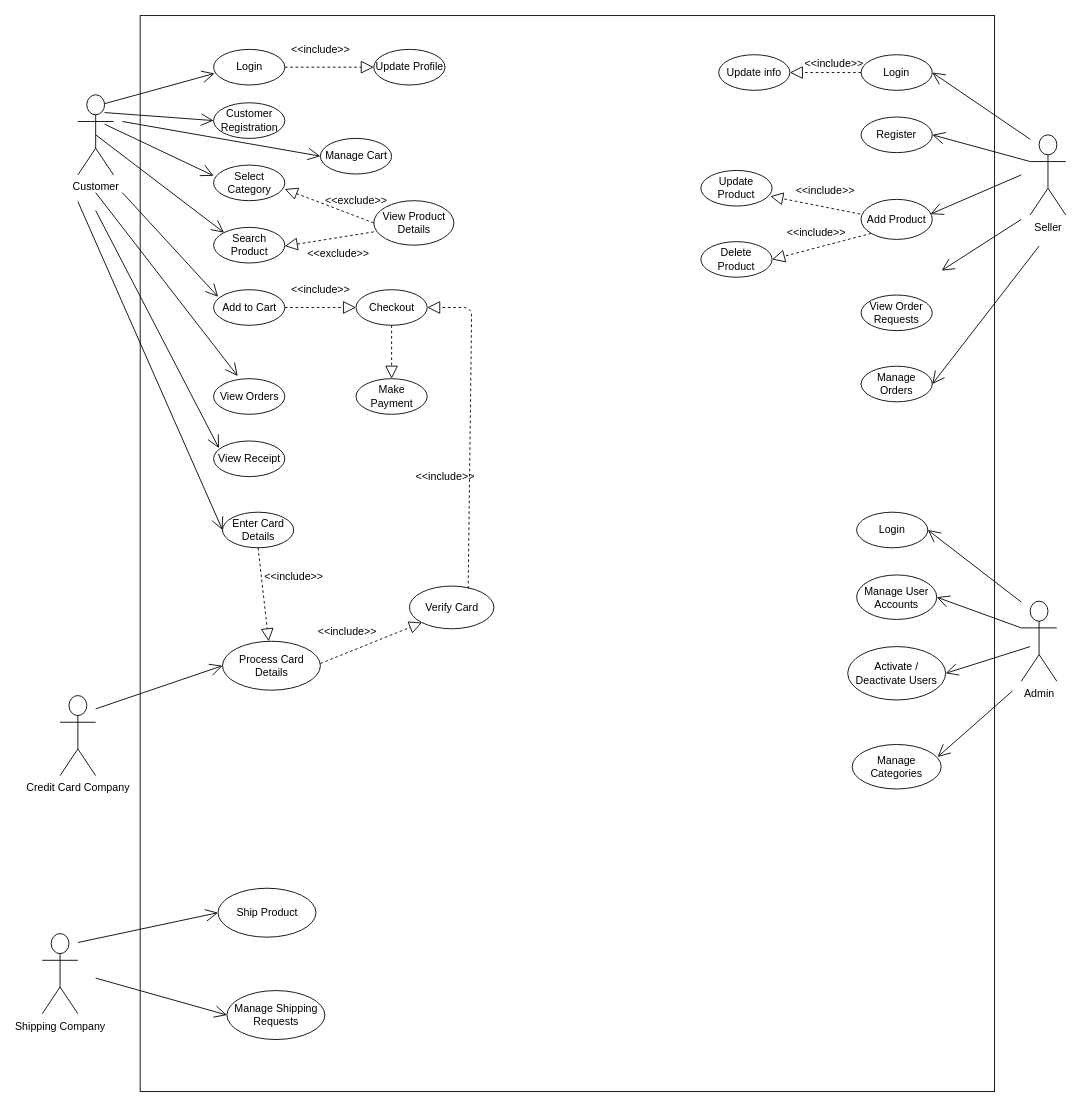
Before: Documentation/Diagrams/Usecase Diagram/Usecase.drawio in sahanjayawardena9619/PAF_Project, a draw.io diagram. Source tidied: cells renumbered, new cells numbered last; positions are measured from the earlier drawing's top-left corner, leaving out a move shared by most shapes. Both pictures are drawn from the tidied source at 89%, with x=0, y=0 at pixel (42, 15).
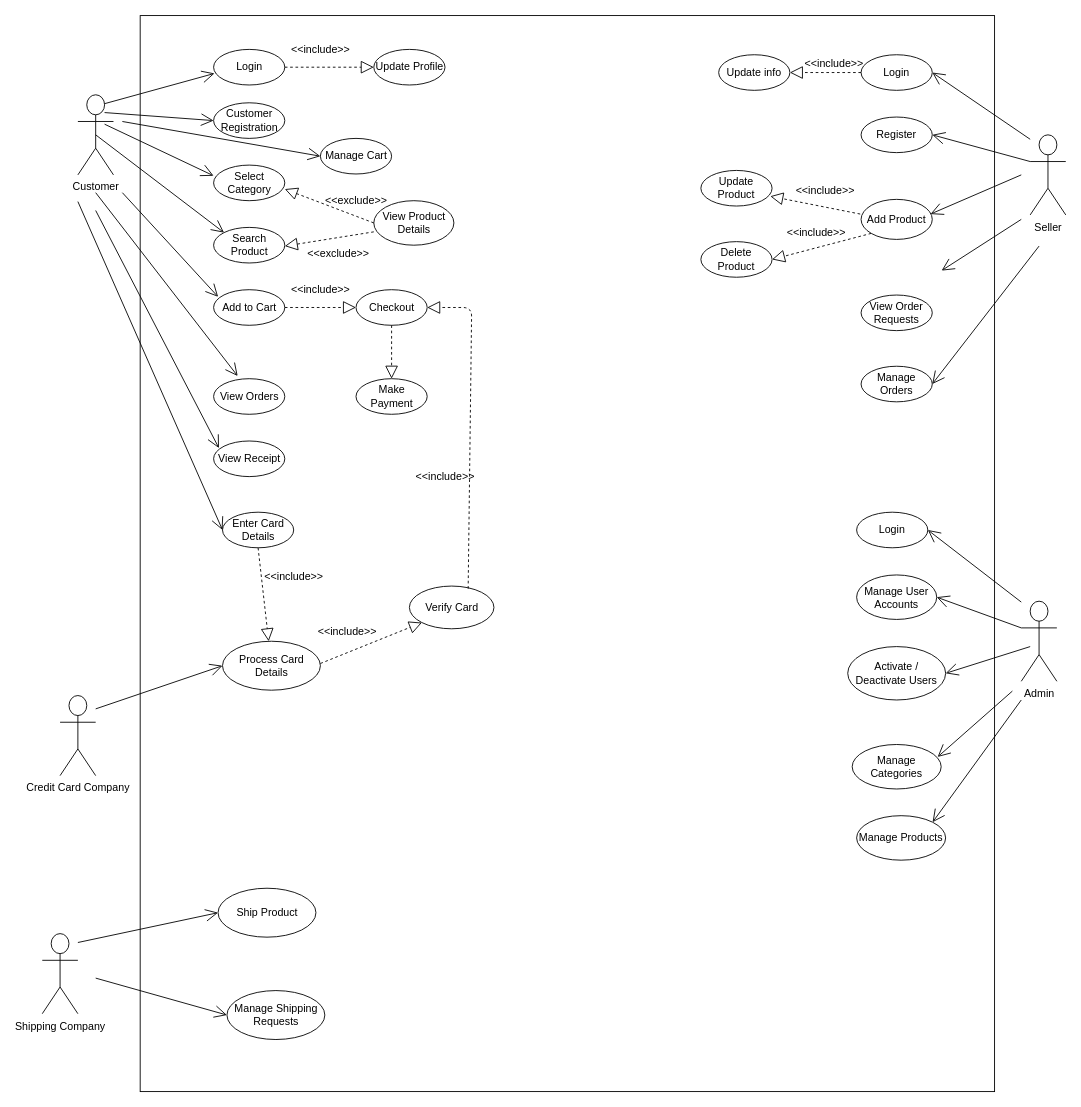
The same page after the edit.

The edit, as a diff of the source:
```diff
@@
+    <mxCell id="79" value="Manage Products" style="ellipse;whiteSpace=wrap;html=1;" parent="1" vertex="1">
+      <mxGeometry x="915" y="899" width="100" height="50" as="geometry" />
+    </mxCell>
+    <mxCell id="80" style="endArrow=open;endFill=1;endSize=12;html=1;entryX=1;entryY=0;entryDx=0;entryDy=0;" parent="1" edge="1" target="79">
+      <mxGeometry relative="1" as="geometry">
+        <mxPoint x="1100" y="769" as="sourcePoint" />
+      </mxGeometry>
+    </mxCell>
```
